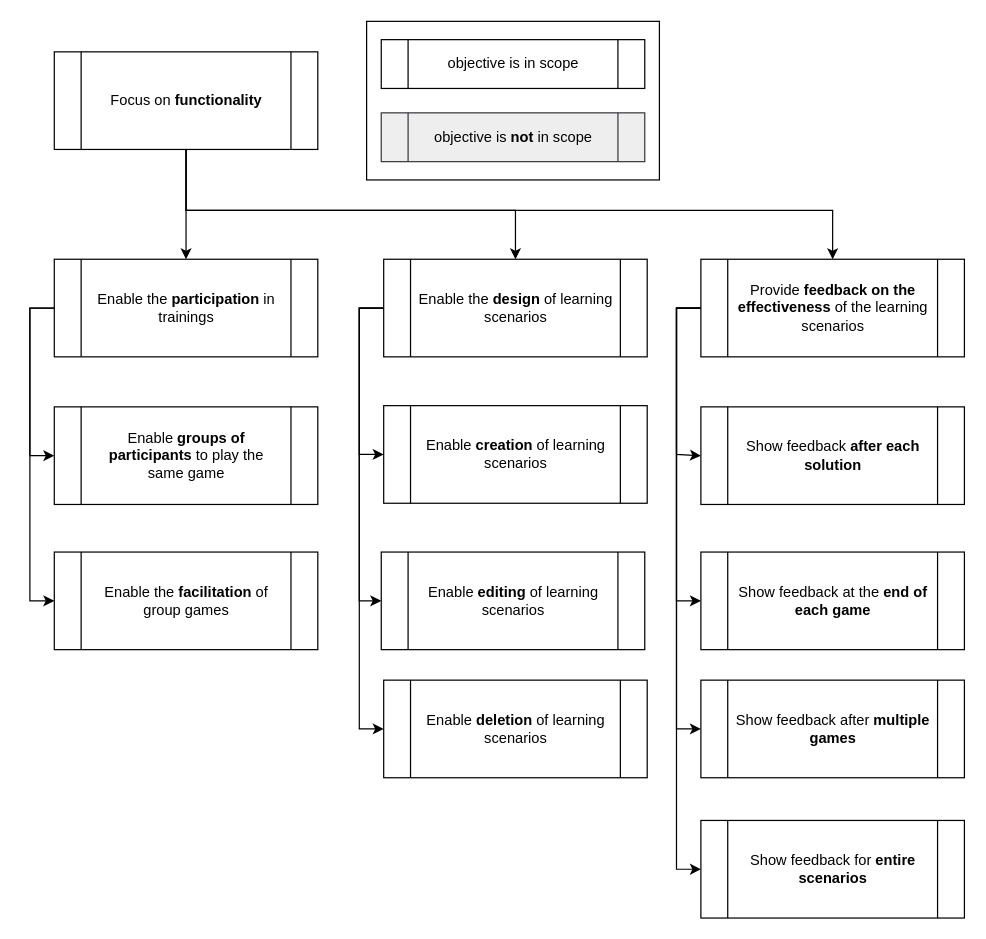
The draw.io diagram page "Platform goals" (2 of 2) of artefacts/project-level/diagrams/editable_files/Goal hierarchy EEP.drawio in Elias-Ladenburger/CSEP, before the edit. Source tidied: cells renumbered, new cells numbered last; positions are measured from the earlier drawing's top-left corner, leaving out a move shared by most shapes. Both pictures are drawn from the tidied source at 122%, with x=0, y=0 at pixel (29, 21).
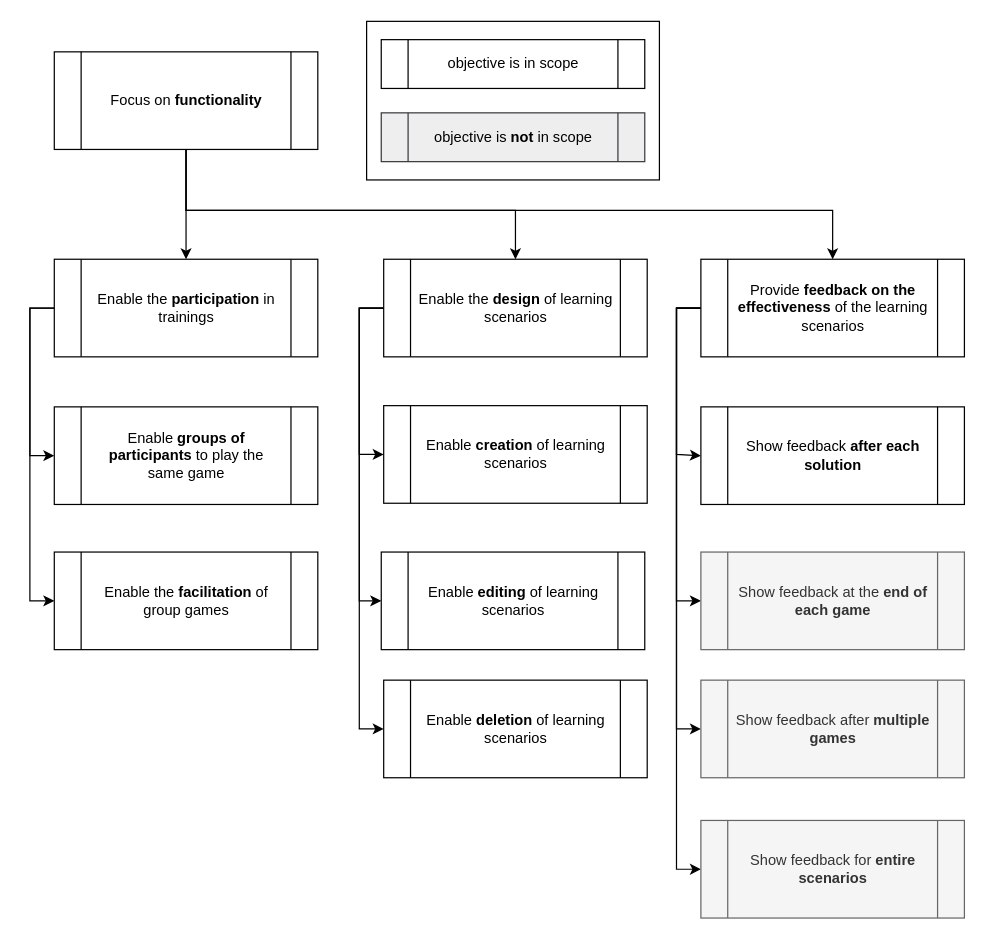
The same page after the edit.

Commit message (it also covers changes not shown here):
Fix "Continue" not being shown in feedback view

The edit, as a diff of the source:
```diff
@@
-    <mxCell id="26" value="Show feedback at the &lt;b&gt;end of each game&lt;/b&gt;" style="shape=process;whiteSpace=wrap;html=1;backgroundOutline=1;" parent="1" vertex="1">
+    <mxCell id="26" value="Show feedback at the &lt;b&gt;end of each game&lt;/b&gt;" style="shape=process;whiteSpace=wrap;html=1;backgroundOutline=1;fillColor=#f5f5f5;strokeColor=#666666;fontColor=#333333;" parent="1" vertex="1">
       <mxGeometry x="550" y="435" width="216" height="80" as="geometry" />
     </mxCell>
-    <mxCell id="27" value="Show feedback after &lt;b&gt;multiple games&lt;/b&gt;" style="shape=process;whiteSpace=wrap;html=1;backgroundOutline=1;" parent="1" vertex="1">
+    <mxCell id="27" value="Show feedback after &lt;b&gt;multiple games&lt;/b&gt;" style="shape=process;whiteSpace=wrap;html=1;backgroundOutline=1;fillColor=#f5f5f5;strokeColor=#666666;fontColor=#333333;" parent="1" vertex="1">
       <mxGeometry x="550" y="540" width="216" height="80" as="geometry" />
     </mxCell>
-    <mxCell id="28" value="Show feedback for &lt;b&gt;entire scenarios&lt;/b&gt;" style="shape=process;whiteSpace=wrap;html=1;backgroundOutline=1;" parent="1" vertex="1">
+    <mxCell id="28" value="Show feedback for &lt;b&gt;entire scenarios&lt;/b&gt;" style="shape=process;whiteSpace=wrap;html=1;backgroundOutline=1;fillColor=#f5f5f5;strokeColor=#666666;fontColor=#333333;" parent="1" vertex="1">
       <mxGeometry x="550" y="655" width="216" height="80" as="geometry" />
     </mxCell>
```
